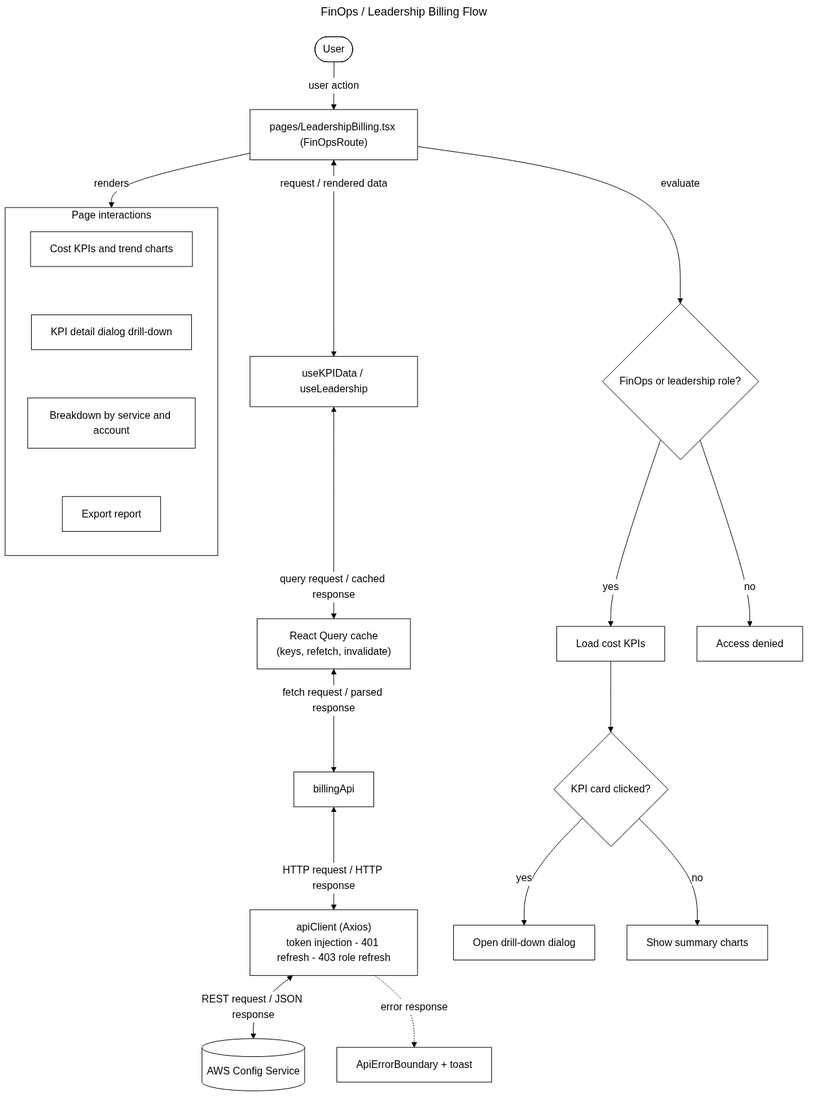
Before: docs/flowcharts/png/finops.png, a diagram exported from Mermaid (sayeeduddinofficial/user-table-view). Its source is kept beside it as docs/flowcharts/finops.mmd.
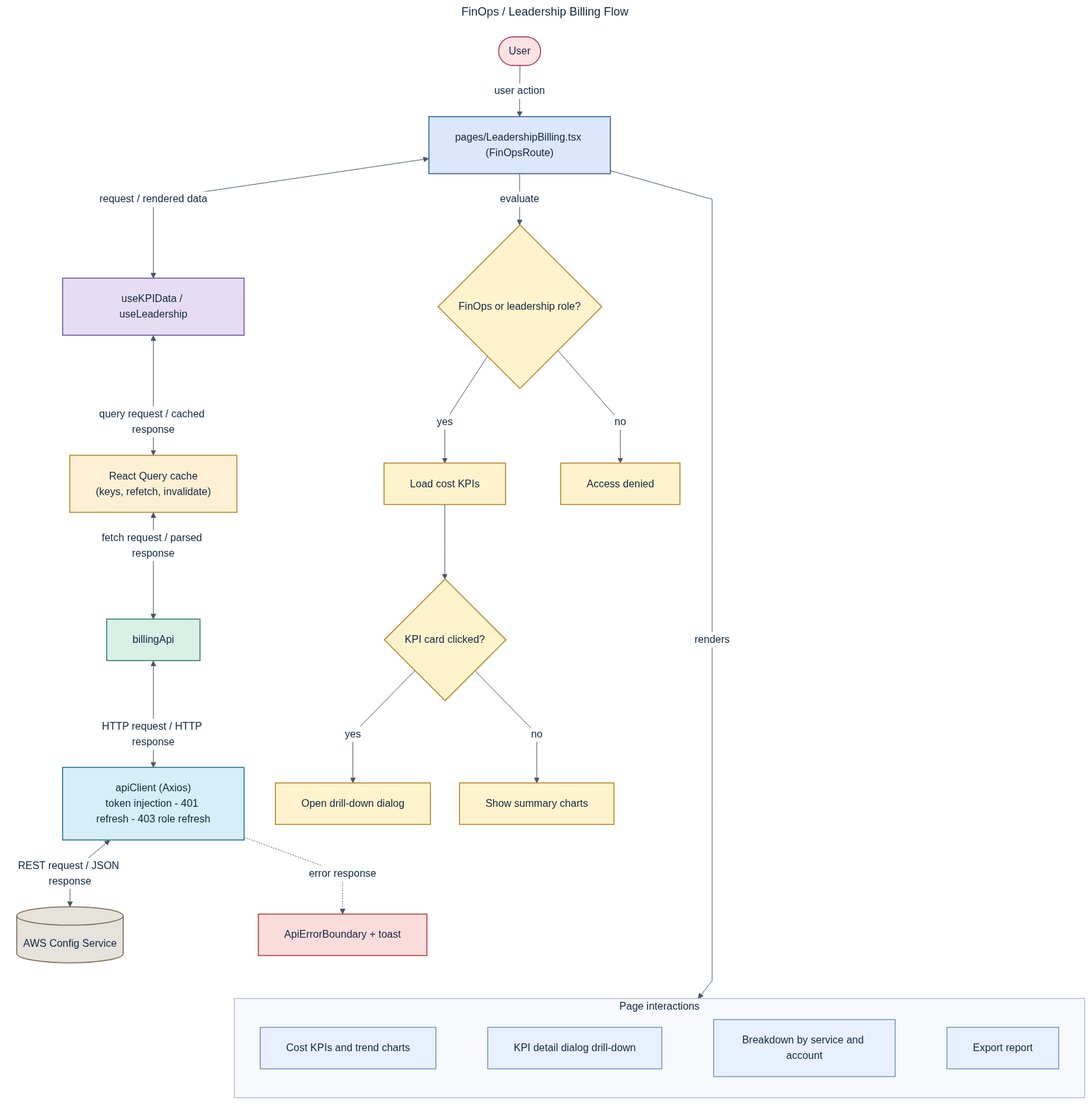
After the commit.

Diff of the diagram source:
```diff
@@ -10,7 +10,7 @@
   C <-->|"REST request / JSON response"| S[("AWS Config Service")]
   P -->|"renders"| UI
   subgraph UI[Page interactions]
-    direction TB
+    direction LR
     S0["Cost KPIs and trend charts"]
     S1["KPI detail dialog drill-down"]
     S2["Breakdown by service and account"]
@@ -18,6 +18,7 @@
     S0 ~~~ S1 ~~~ S2 ~~~ S3
   end
   C -. "error response" .-> E["ApiErrorBoundary + toast"]
+  E ~~~ UI
 
   P -->|"evaluate"| X0
   X0{"FinOps or leadership role?"} -->|"yes"| X1["Load cost KPIs"]
@@ -25,3 +26,22 @@
   X1 --> X3{"KPI card clicked?"}
   X3 -->|"yes"| X4["Open drill-down dialog"]
   X3 -->|"no"| X5["Show summary charts"]
+
+classDef actor fill:#fde2e4,stroke:#b3546a,stroke-width:1.5px,color:#12263f;
+classDef page fill:#dbe7fb,stroke:#2f5d9e,stroke-width:1.5px,color:#12263f;
+classDef hook fill:#e6ddf5,stroke:#6b4fa0,stroke-width:1.5px,color:#12263f;
+classDef cache fill:#fdf0d5,stroke:#b58324,stroke-width:1.5px,color:#12263f;
+classDef api fill:#d8f0e6,stroke:#2e7d5b,stroke-width:1.5px,color:#12263f;
+classDef client fill:#d5eef7,stroke:#22708c,stroke-width:1.5px,color:#12263f;
+classDef svc fill:#e6e2dc,stroke:#7a6a55,stroke-width:1.5px,color:#12263f;
+classDef err fill:#fbdcdc,stroke:#b03a3a,stroke-width:1.5px,color:#12263f;
+classDef dec fill:#fff3cd,stroke:#b58324,stroke-width:1.5px,color:#12263f;
+class A api;
+class C client;
+class E err;
+class H hook;
+class P page;
+class Q cache;
+class S svc;
+class U actor;
+class X0,X1,X2,X3,X4,X5 dec;
```
